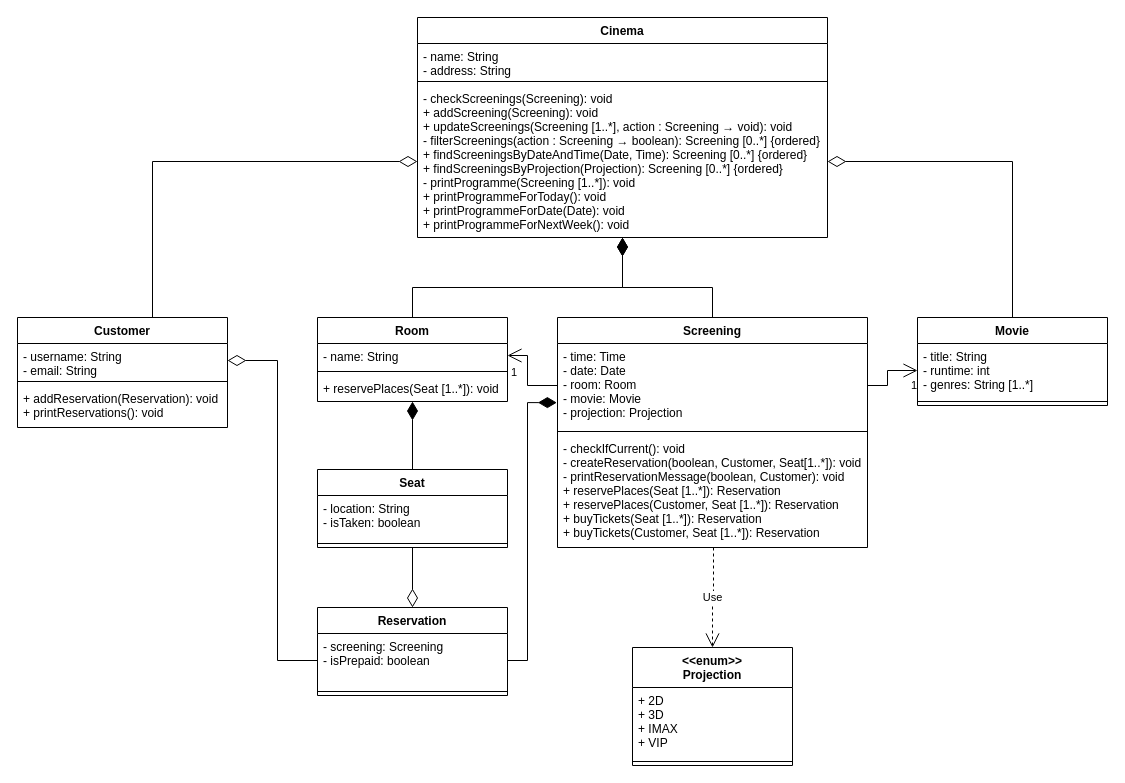
Above: cinema-app.drawio in MacAposAGH/cinema-app (draw.io), before the change. Source tidied: cells renumbered, new cells numbered last; positions are measured from the earlier drawing's top-left corner, leaving out a move shared by most shapes. Both pictures are drawn from the tidied source at 100%, with x=0, y=0 at pixel (17, 17).
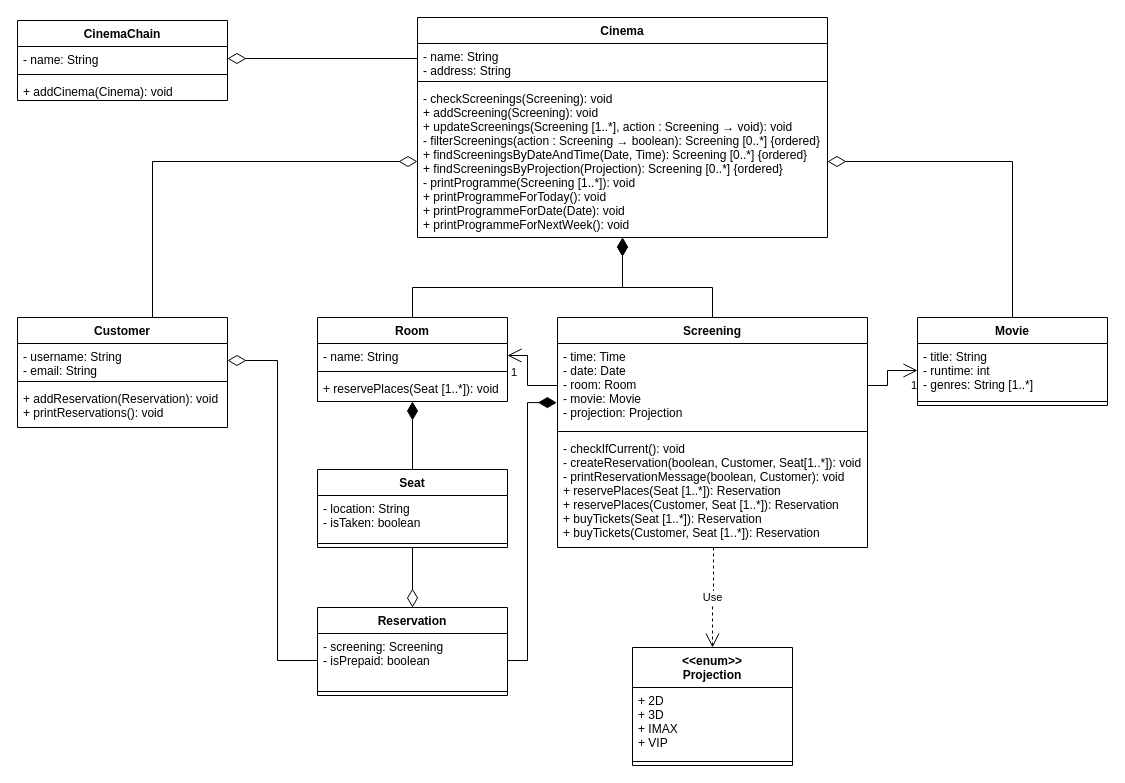
The same page after the edit.

Unchanged cells that the change refers to:
```xml
<mxCell id="3" value="- name: String&#10;- address: String&#10;" style="text;strokeColor=none;fillColor=none;align=left;verticalAlign=top;spacingLeft=4;spacingRight=4;overflow=hidden;points=[[0,0.5],[1,0.5]];portConstraint=eastwest;" parent="2" vertex="1">
  <mxGeometry y="26" width="410" height="34" as="geometry" />
</mxCell>
```

The edit, as a diff of the source:
```diff
@@
+    <mxCell id="43" value="CinemaChain" style="swimlane;fontStyle=1;align=center;verticalAlign=top;horizontal=1;startSize=26;" parent="1" vertex="1">
+      <mxGeometry y="3" width="210" height="80" as="geometry" />
+    </mxCell>
+    <mxCell id="44" value="- name: String&#10;" style="text;strokeColor=none;fillColor=none;align=left;verticalAlign=top;spacingLeft=4;spacingRight=4;overflow=hidden;points=[[0,0.5],[1,0.5]];portConstraint=eastwest;" parent="43" vertex="1">
+      <mxGeometry y="26" width="210" height="24" as="geometry" />
+    </mxCell>
+    <mxCell id="45" style="line;strokeWidth=1;fillColor=none;align=left;verticalAlign=middle;spacingTop=-1;spacingLeft=3;spacingRight=3;labelPosition=right;" parent="43" vertex="1">
+      <mxGeometry y="50" width="210" height="8" as="geometry" />
+    </mxCell>
+    <mxCell id="46" value="+ addCinema(Cinema): void" style="text;strokeColor=none;fillColor=none;align=left;verticalAlign=top;spacingLeft=4;spacingRight=4;overflow=hidden;" parent="43" vertex="1">
+      <mxGeometry y="58" width="210" height="22" as="geometry" />
+    </mxCell>
+    <mxCell id="47" style="edgeStyle=orthogonalEdgeStyle;rounded=0;jettySize=auto;html=1;endArrow=diamondThin;endFill=0;endSize=16;entryX=1;entryY=0.5;entryDx=0;entryDy=0;exitX=0;exitY=0.5;exitDx=0;exitDy=0;" parent="1" edge="1" source="3" target="44">
+      <mxGeometry relative="1" as="geometry">
+        <Array as="points">
+          <mxPoint x="400" y="41" />
+        </Array>
+      </mxGeometry>
+    </mxCell>
```
